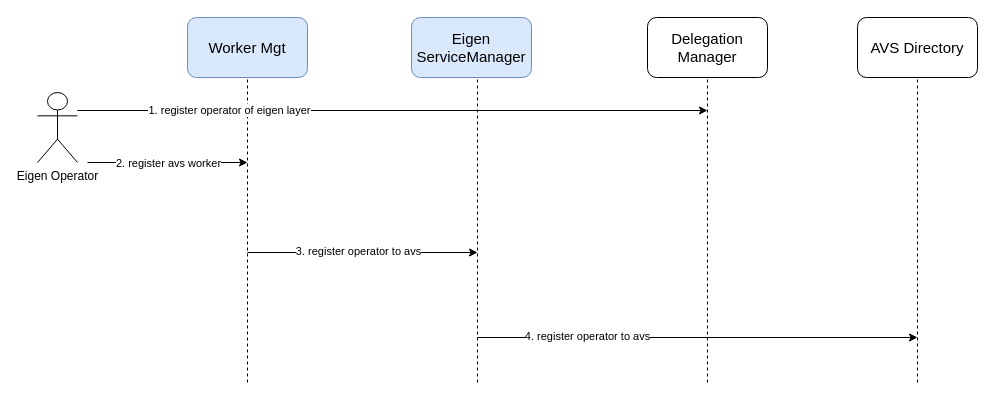
Above: page "第 5 页" (5 of 6) of inter-files/zkFHE-architecture.drawio in primus-labs/zkFHE-Network-Docs (draw.io), before the change. Source tidied: cells renumbered, new cells numbered last; positions are measured from the earlier drawing's top-left corner, leaving out a move shared by most shapes. Both pictures are drawn from the tidied source at 100%, with x=0, y=0 at pixel (37, 17).
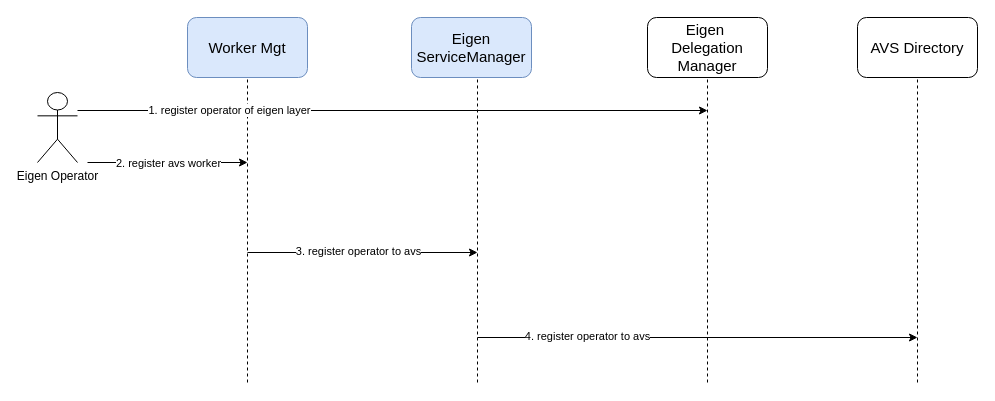
The same page after the edit.

Commit message (it also covers changes not shown here):
add eigen reward

What changed in the source:
```diff
@@
-    <mxCell id="17" value="&lt;font style=&quot;font-size: 15px;&quot;&gt;Delegation&lt;/font&gt;&lt;div&gt;&lt;font style=&quot;font-size: 15px;&quot;&gt;Manager&lt;/font&gt;&lt;/div&gt;" style="rounded=1;whiteSpace=wrap;html=1;" parent="1" vertex="1">
+    <mxCell id="17" value="&lt;font style=&quot;font-size: 15px;&quot;&gt;Eigen&amp;nbsp;&lt;/font&gt;&lt;div&gt;&lt;font style=&quot;font-size: 15px;&quot;&gt;Delegation&lt;/font&gt;&lt;div&gt;&lt;font style=&quot;font-size: 15px;&quot;&gt;Manager&lt;/font&gt;&lt;/div&gt;&lt;/div&gt;" style="rounded=1;whiteSpace=wrap;html=1;" parent="1" vertex="1">
       <mxGeometry x="610" width="120" height="60" as="geometry" />
     </mxCell>
```
